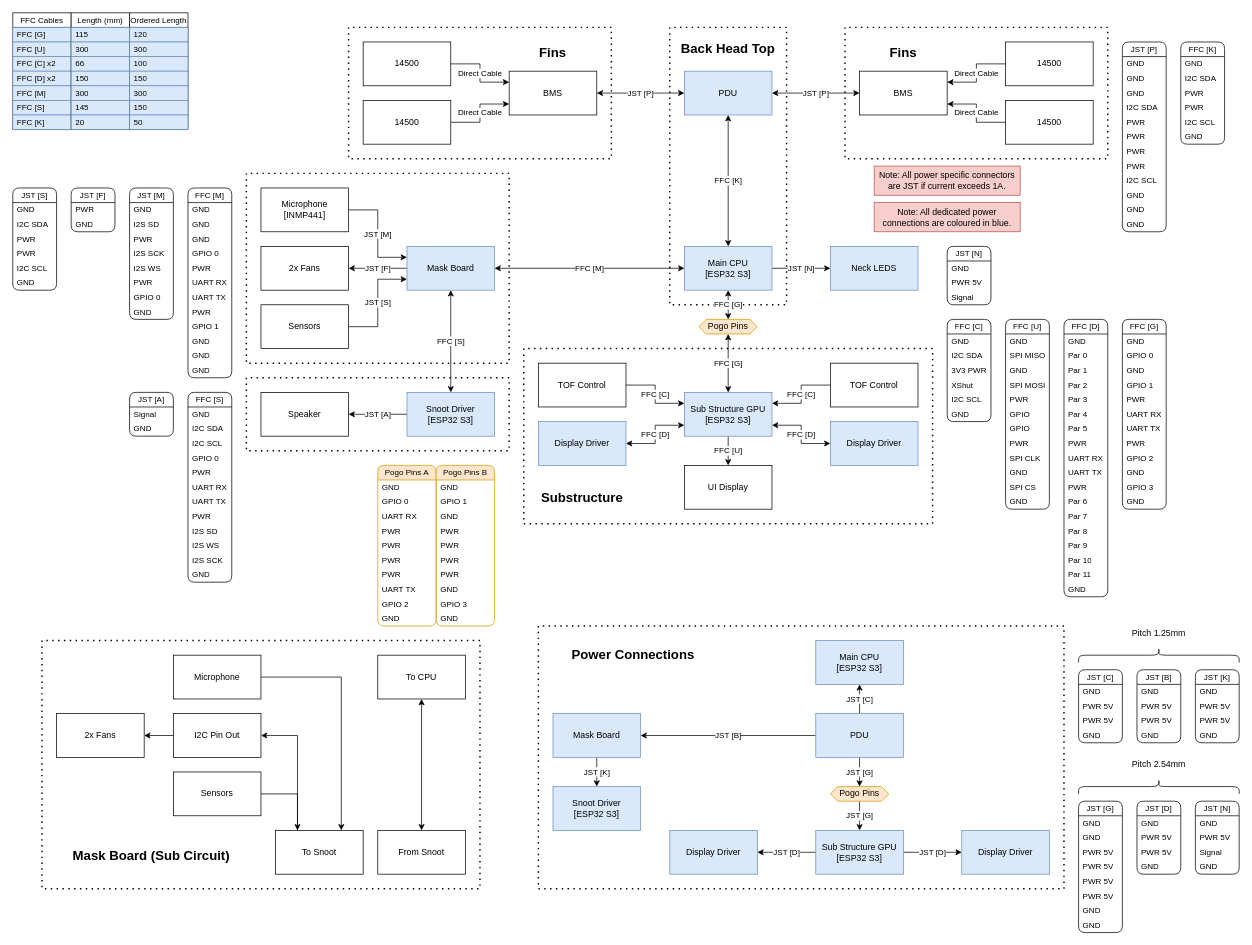
This is page "Connectors & Connections" (2 of 3) of Documents/Electronics.drawio from XCR1793/Synth-Head, a draw.io file, before an edit. Source tidied: cells renumbered, new cells numbered last; positions are measured from the earlier drawing's top-left corner, leaving out a move shared by most shapes. Both pictures are drawn from the tidied source at 73%, with x=0, y=0 at pixel (12, 12).
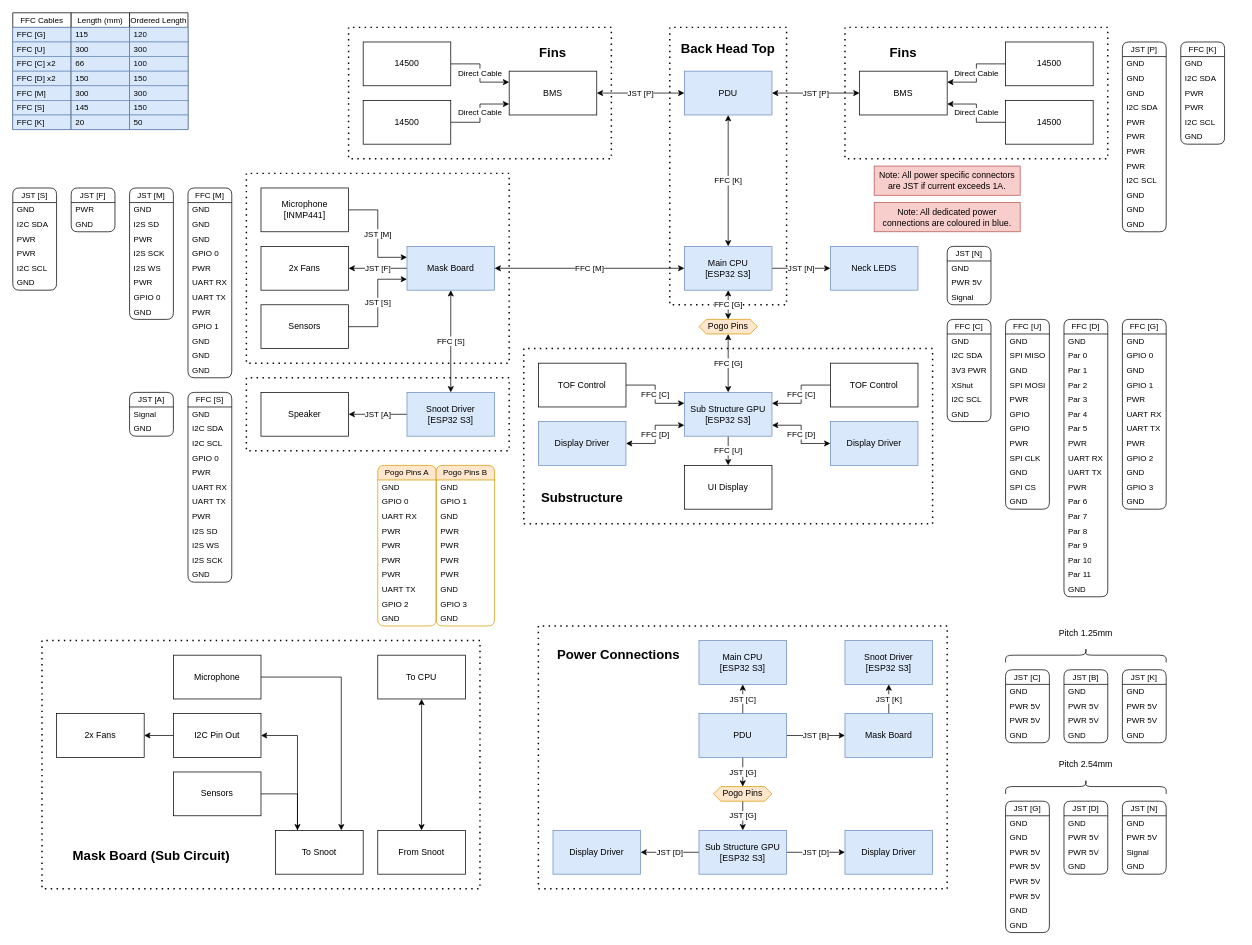
Above is the later version.

Commit message (it also covers changes not shown here):
Updated Some Diagram Aesthetics

What changed in the source:
```diff
@@
-    <mxCell id="181" value="JST [K]" style="edgeStyle=orthogonalEdgeStyle;rounded=0;jettySize=auto;html=1;exitX=0.5;exitY=1;exitDx=0;exitDy=0;entryX=0.5;entryY=0;entryDx=0;entryDy=0;" parent="1" edge="1" source="182" target="183">
+    <mxCell id="181" value="JST [K]" style="edgeStyle=orthogonalEdgeStyle;rounded=0;jettySize=auto;html=1;exitX=0.5;exitY=0;exitDx=0;exitDy=0;entryX=0.5;entryY=1;entryDx=0;entryDy=0;" parent="1" edge="1" source="182" target="183">
       <mxGeometry relative="1" as="geometry" />
     </mxCell>
     <mxCell id="182" value="Mask Board" style="rounded=0;whiteSpace=wrap;html=1;fontStyle=0;fillColor=#dae8fc;strokeColor=#6c8ebf;" parent="1" vertex="1">
-      <mxGeometry x="740" y="960" width="120" height="60" as="geometry" />
+      <mxGeometry x="1140" y="960" width="120" height="60" as="geometry" />
     </mxCell>
     <mxCell id="183" value="Snoot Driver&lt;div&gt;[ESP32 S3]&lt;/div&gt;" style="rounded=0;whiteSpace=wrap;html=1;fontStyle=0;fillColor=#dae8fc;strokeColor=#6c8ebf;" parent="1" vertex="1">
-      <mxGeometry x="740" y="1060" width="120" height="60" as="geometry" />
+      <mxGeometry x="1140" y="860" width="120" height="60" as="geometry" />
     </mxCell>
     <mxCell id="184" value="Main CPU&lt;div&gt;[ESP32 S3]&lt;/div&gt;" style="rounded=0;whiteSpace=wrap;html=1;fontStyle=0;fillColor=#dae8fc;strokeColor=#6c8ebf;" parent="1" vertex="1">
-      <mxGeometry x="1100" y="860" width="120" height="60" as="geometry" />
+      <mxGeometry x="940" y="860" width="120" height="60" as="geometry" />
     </mxCell>
@@
     <mxCell id="187" value="Sub Structure&amp;nbsp;&lt;span style=&quot;background-color: initial;&quot;&gt;GPU&lt;/span&gt;&lt;div&gt;&lt;span style=&quot;background-color: initial;&quot;&gt;[ESP32 S3]&lt;/span&gt;&lt;/div&gt;" style="rounded=0;whiteSpace=wrap;html=1;fontStyle=0;fillColor=#dae8fc;strokeColor=#6c8ebf;" parent="1" vertex="1">
-      <mxGeometry x="1100" y="1120" width="120" height="60" as="geometry" />
+      <mxGeometry x="940" y="1120" width="120" height="60" as="geometry" />
     </mxCell>
@@
-    <mxCell id="190" value="JST [B]" style="edgeStyle=orthogonalEdgeStyle;rounded=0;jettySize=auto;html=1;exitX=0;exitY=0.5;exitDx=0;exitDy=0;entryX=1;entryY=0.5;entryDx=0;entryDy=0;" parent="1" edge="1" source="191" target="182">
+    <mxCell id="190" value="JST [B]" style="edgeStyle=orthogonalEdgeStyle;rounded=0;jettySize=auto;html=1;exitX=1;exitY=0.5;exitDx=0;exitDy=0;entryX=0;entryY=0.5;entryDx=0;entryDy=0;" parent="1" edge="1" source="191" target="182">
       <mxGeometry relative="1" as="geometry" />
     </mxCell>
     <mxCell id="191" value="PDU" style="rounded=0;whiteSpace=wrap;html=1;fontStyle=0;fillColor=#dae8fc;strokeColor=#6c8ebf;" parent="1" vertex="1">
-      <mxGeometry x="1100" y="960" width="120" height="60" as="geometry" />
+      <mxGeometry x="940" y="960" width="120" height="60" as="geometry" />
     </mxCell>
     <mxCell id="192" value="Display Driver" style="rounded=0;whiteSpace=wrap;html=1;fontStyle=0;fillColor=#dae8fc;strokeColor=#6c8ebf;" parent="1" vertex="1">
-      <mxGeometry x="1300" y="1120" width="120" height="60" as="geometry" />
+      <mxGeometry x="1140" y="1120" width="120" height="60" as="geometry" />
     </mxCell>
     <mxCell id="193" value="Display Driver" style="rounded=0;whiteSpace=wrap;html=1;fontStyle=0;fillColor=#dae8fc;strokeColor=#6c8ebf;" parent="1" vertex="1">
-      <mxGeometry x="900" y="1120" width="120" height="60" as="geometry" />
+      <mxGeometry x="740" y="1120" width="120" height="60" as="geometry" />
     </mxCell>
     <mxCell id="194" style="endArrow=none;dashed=1;html=1;dashPattern=1 3;strokeWidth=2;rounded=0;fontStyle=0;" parent="1" edge="1">
       <mxGeometry relative="1" as="geometry">
         <mxPoint x="720" y="840" as="sourcePoint" />
         <mxPoint x="720" y="840" as="targetPoint" />
         <Array as="points">
           <mxPoint x="720" y="1200" />
-          <mxPoint x="1440" y="1200" />
-          <mxPoint x="1440" y="840" />
+          <mxPoint x="1280" y="1200" />
+          <mxPoint x="1280" y="840" />
         </Array>
       </mxGeometry>
     </mxCell>
     <mxCell id="195" value="&lt;h2&gt;Power Connections&lt;/h2&gt;" style="text;html=1;align=center;verticalAlign=middle;whiteSpace=wrap;rounded=0;fontStyle=0;" parent="1" vertex="1">
-      <mxGeometry x="760" y="870" width="180" height="20" as="geometry" />
+      <mxGeometry x="740" y="870" width="180" height="20" as="geometry" />
     </mxCell>
@@
     <mxCell id="227" value="JST [C]" style="swimlane;fontStyle=0;horizontal=1;startSize=20;whiteSpace=wrap;html=1;fontFamily=Helvetica;fontSize=11;fontColor=default;labelBackgroundColor=default;rounded=1;" parent="1" vertex="1">
-      <mxGeometry x="1460" y="900" width="60" height="100" as="geometry" />
+      <mxGeometry x="1360" y="900" width="60" height="100" as="geometry" />
     </mxCell>
@@
     <mxCell id="232" style="shape=curlyBracket;whiteSpace=wrap;html=1;rounded=1;flipH=1;labelPosition=right;verticalLabelPosition=middle;align=left;verticalAlign=middle;direction=south;" parent="1" vertex="1">
-      <mxGeometry x="1460" y="870" width="220" height="20" as="geometry" />
+      <mxGeometry x="1360" y="870" width="220" height="20" as="geometry" />
     </mxCell>
     <mxCell id="233" value="JST [B]" style="swimlane;fontStyle=0;horizontal=1;startSize=20;whiteSpace=wrap;html=1;fontFamily=Helvetica;fontSize=11;fontColor=default;labelBackgroundColor=default;rounded=1;" parent="1" vertex="1">
-      <mxGeometry x="1540" y="900" width="60" height="100" as="geometry" />
+      <mxGeometry x="1440" y="900" width="60" height="100" as="geometry" />
     </mxCell>
@@
     <mxCell id="238" value="Pitch 1.25mm" style="text;html=1;align=center;verticalAlign=middle;whiteSpace=wrap;rounded=0;" parent="1" vertex="1">
-      <mxGeometry x="1520" y="840" width="100" height="20" as="geometry" />
+      <mxGeometry x="1420" y="840" width="100" height="20" as="geometry" />
     </mxCell>
     <mxCell id="239" value="JST [K]" style="swimlane;fontStyle=0;horizontal=1;startSize=20;whiteSpace=wrap;html=1;fontFamily=Helvetica;fontSize=11;fontColor=default;labelBackgroundColor=default;rounded=1;" parent="1" vertex="1">
-      <mxGeometry x="1620" y="900" width="60" height="100" as="geometry" />
+      <mxGeometry x="1520" y="900" width="60" height="100" as="geometry" />
     </mxCell>
@@
     <mxCell id="244" style="shape=curlyBracket;whiteSpace=wrap;html=1;rounded=1;flipH=1;labelPosition=right;verticalLabelPosition=middle;align=left;verticalAlign=middle;direction=south;" parent="1" vertex="1">
-      <mxGeometry x="1460" y="1050" width="220" height="20" as="geometry" />
+      <mxGeometry x="1360" y="1050" width="220" height="20" as="geometry" />
     </mxCell>
     <mxCell id="245" value="Pitch 2.54mm" style="text;html=1;align=center;verticalAlign=middle;whiteSpace=wrap;rounded=0;" parent="1" vertex="1">
-      <mxGeometry x="1520" y="1020" width="100" height="20" as="geometry" />
+      <mxGeometry x="1420" y="1020" width="100" height="20" as="geometry" />
     </mxCell>
     <mxCell id="246" value="JST [G]" style="swimlane;fontStyle=0;horizontal=1;startSize=20;whiteSpace=wrap;html=1;fontFamily=Helvetica;fontSize=11;fontColor=default;labelBackgroundColor=default;rounded=1;" parent="1" vertex="1">
-      <mxGeometry x="1460" y="1080" width="60" height="180" as="geometry" />
+      <mxGeometry x="1360" y="1080" width="60" height="180" as="geometry" />
     </mxCell>
@@
     <mxCell id="255" value="JST [D]" style="swimlane;fontStyle=0;horizontal=1;startSize=20;whiteSpace=wrap;html=1;fontFamily=Helvetica;fontSize=11;fontColor=default;labelBackgroundColor=default;rounded=1;" parent="1" vertex="1">
-      <mxGeometry x="1540" y="1080" width="60" height="100" as="geometry" />
+      <mxGeometry x="1440" y="1080" width="60" height="100" as="geometry" />
     </mxCell>
@@
     <mxCell id="263" value="Pogo Pins" style="shape=hexagon;perimeter=hexagonPerimeter2;whiteSpace=wrap;html=1;fixedSize=1;size=10;fillColor=#ffe6cc;strokeColor=#d79b00;" parent="1" vertex="1">
-      <mxGeometry x="1120" y="1060" width="80" height="20" as="geometry" />
+      <mxGeometry x="960" y="1060" width="80" height="20" as="geometry" />
     </mxCell>
@@
     <mxCell id="291" value="JST [N]" style="swimlane;fontStyle=0;horizontal=1;startSize=20;whiteSpace=wrap;html=1;fontFamily=Helvetica;fontSize=11;fontColor=default;labelBackgroundColor=default;rounded=1;" parent="1" vertex="1">
-      <mxGeometry x="1620" y="1080" width="60" height="100" as="geometry" />
+      <mxGeometry x="1520" y="1080" width="60" height="100" as="geometry" />
     </mxCell>
```
